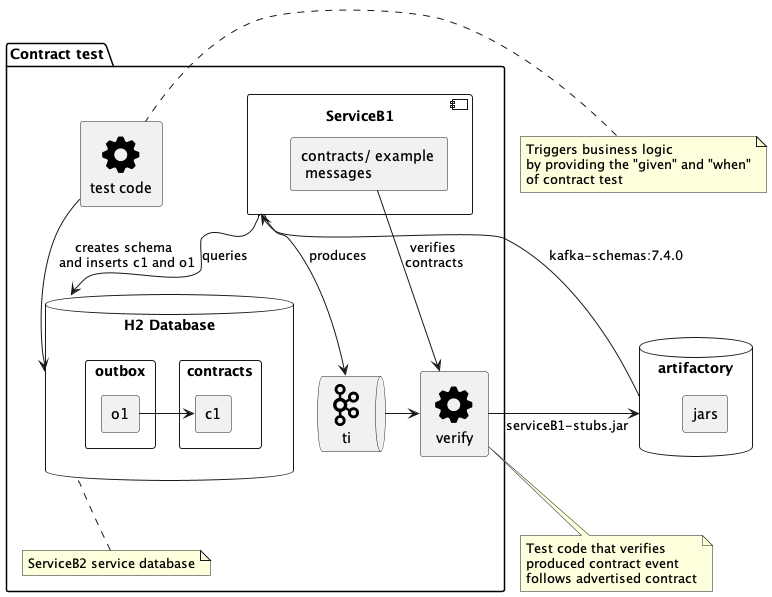
The PlantUML diagram images/src/main/plantuml/contract-refdata-producer-contract-test.png in vspiliop/kafka-contract-test-producer, before a commit.
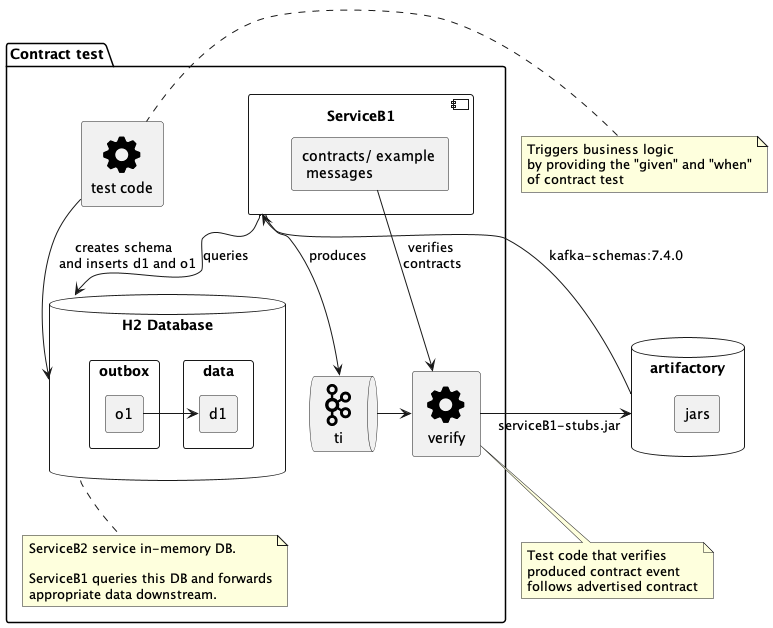
Above is the later version.

Change to the diagram source:
```diff
@@ -4,13 +4,13 @@
 package "Contract test" as contractTest{
   rectangle "test code" <<$cog>> as tst
     database "H2 Database" as db {
-     rectangle contracts {
-        rectangle c1
+     rectangle data {
+        rectangle d1
      }
      rectangle outbox {
       rectangle o1
      }
-     o1 -> c1
+     o1 -> d1
     }
 
   component ServiceB1 as refd {
@@ -19,7 +19,10 @@
   queue ti <<$kafka>>
   rectangle verify <<$cog>> as ver
   note bottom of db
-   ServiceB2 service database
+   ServiceB2 service in-memory DB.
+
+   ServiceB1 queries this DB and forwards
+   appropriate data downstream.
   end note
 }
 
@@ -39,7 +42,7 @@
  rectangle jars
 }
 
-tst --> db: creates schema \n and inserts c1 and o1
+tst --> db: creates schema \n and inserts d1 and o1
 refd --> ti: produces
 ver -> ar: serviceB1-stubs.jar
 ti -> ver
```
